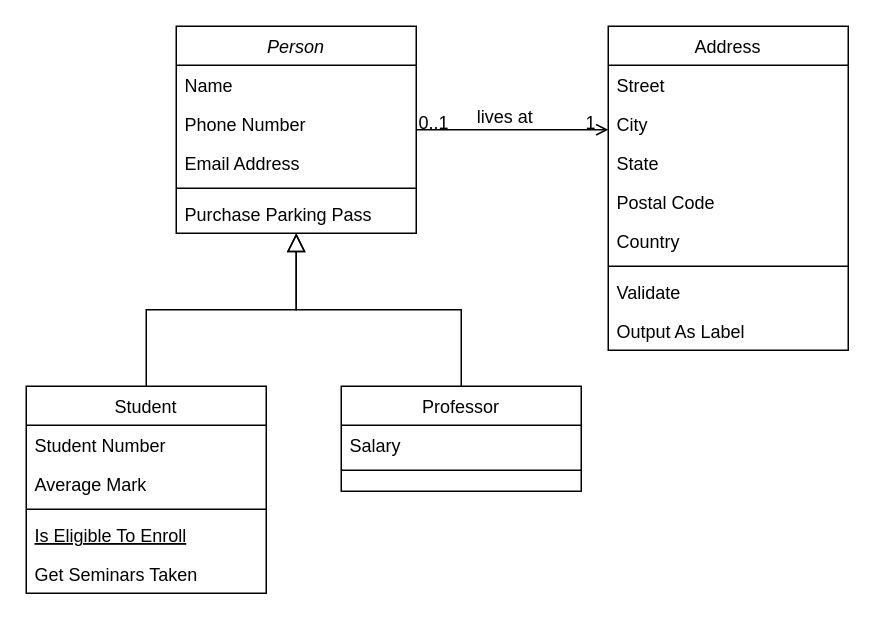
Earlier version of the draw.io diagram Diagrama sin título.drawio (JJOC3S/TallerGrupoPIS). Source tidied: cells renumbered, new cells numbered last; positions are measured from the earlier drawing's top-left corner, leaving out a move shared by most shapes. Both pictures are drawn from the tidied source at 150%, with x=0, y=0 at pixel (26, 26).
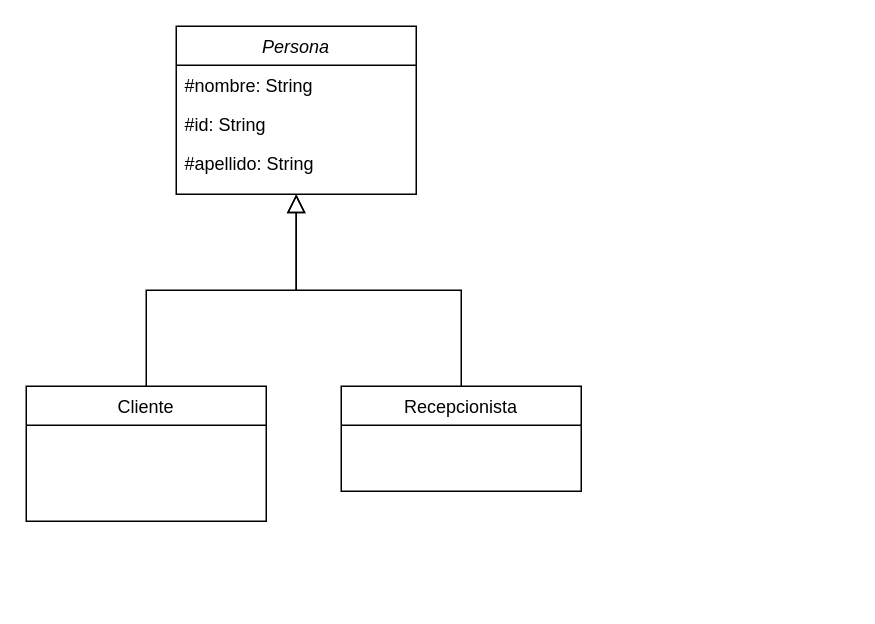
After the change.

The edit, as a diff of the source:
```diff
@@
-    <mxCell id="2" value="Person" style="swimlane;fontStyle=2;align=center;verticalAlign=top;horizontal=1;startSize=26;rounded=0;shadow=0;strokeWidth=1;" parent="1" vertex="1">
-      <mxGeometry x="100" width="160" height="138" as="geometry" />
+    <mxCell id="2" value="Persona" style="swimlane;fontStyle=2;align=center;verticalAlign=top;horizontal=1;startSize=26;rounded=0;shadow=0;strokeWidth=1;" parent="1" vertex="1">
+      <mxGeometry x="100" width="160" height="112" as="geometry" />
     </mxCell>
-    <mxCell id="3" value="Name" style="text;align=left;verticalAlign=top;spacingLeft=4;spacingRight=4;overflow=hidden;" parent="2" vertex="1">
+    <mxCell id="3" value="#nombre: String" style="text;align=left;verticalAlign=top;spacingLeft=4;spacingRight=4;overflow=hidden;" parent="2" vertex="1">
       <mxGeometry y="26" width="160" height="26" as="geometry" />
     </mxCell>
-    <mxCell id="4" value="Phone Number" style="text;align=left;verticalAlign=top;spacingLeft=4;spacingRight=4;overflow=hidden;rounded=0;shadow=0;html=0;" parent="2" vertex="1">
+    <mxCell id="4" value="#id: String" style="text;align=left;verticalAlign=top;spacingLeft=4;spacingRight=4;overflow=hidden;rounded=0;shadow=0;html=0;" parent="2" vertex="1">
       <mxGeometry y="52" width="160" height="26" as="geometry" />
     </mxCell>
-    <mxCell id="5" value="Email Address" style="text;align=left;verticalAlign=top;spacingLeft=4;spacingRight=4;overflow=hidden;rounded=0;shadow=0;html=0;" parent="2" vertex="1">
+    <mxCell id="5" value="#apellido: String" style="text;align=left;verticalAlign=top;spacingLeft=4;spacingRight=4;overflow=hidden;rounded=0;shadow=0;html=0;" parent="2" vertex="1">
       <mxGeometry y="78" width="160" height="26" as="geometry" />
     </mxCell>
-    <mxCell id="6" style="line;html=1;strokeWidth=1;align=left;verticalAlign=middle;spacingTop=-1;spacingLeft=3;spacingRight=3;labelPosition=right;" parent="2" vertex="1">
-      <mxGeometry y="104" width="160" height="8" as="geometry" />
-    </mxCell>
-    <mxCell id="7" value="Purchase Parking Pass" style="text;align=left;verticalAlign=top;spacingLeft=4;spacingRight=4;overflow=hidden;" parent="2" vertex="1">
-      <mxGeometry y="112" width="160" height="26" as="geometry" />
-    </mxCell>
-    <mxCell id="8" value="Student" style="swimlane;fontStyle=0;align=center;verticalAlign=top;horizontal=1;startSize=26;rounded=0;shadow=0;strokeWidth=1;" parent="1" vertex="1">
-      <mxGeometry y="240" width="160" height="138" as="geometry" />
+    <mxCell id="8" value="Cliente" style="swimlane;fontStyle=0;align=center;verticalAlign=top;horizontal=1;startSize=26;rounded=0;shadow=0;strokeWidth=1;" parent="1" vertex="1">
+      <mxGeometry y="240" width="160" height="90" as="geometry" />
     </mxCell>
-    <mxCell id="9" value="Student Number" style="text;align=left;verticalAlign=top;spacingLeft=4;spacingRight=4;overflow=hidden;" parent="8" vertex="1">
-      <mxGeometry y="26" width="160" height="26" as="geometry" />
-    </mxCell>
-    <mxCell id="10" value="Average Mark" style="text;align=left;verticalAlign=top;spacingLeft=4;spacingRight=4;overflow=hidden;rounded=0;shadow=0;html=0;" parent="8" vertex="1">
-      <mxGeometry y="52" width="160" height="26" as="geometry" />
-    </mxCell>
-    <mxCell id="11" style="line;html=1;strokeWidth=1;align=left;verticalAlign=middle;spacingTop=-1;spacingLeft=3;spacingRight=3;labelPosition=right;" parent="8" vertex="1">
-      <mxGeometry y="78" width="160" height="8" as="geometry" />
-    </mxCell>
-    <mxCell id="12" value="Is Eligible To Enroll" style="text;align=left;verticalAlign=top;spacingLeft=4;spacingRight=4;overflow=hidden;fontStyle=4;" parent="8" vertex="1">
-      <mxGeometry y="86" width="160" height="26" as="geometry" />
-    </mxCell>
-    <mxCell id="13" value="Get Seminars Taken" style="text;align=left;verticalAlign=top;spacingLeft=4;spacingRight=4;overflow=hidden;" parent="8" vertex="1">
-      <mxGeometry y="112" width="160" height="26" as="geometry" />
-    </mxCell>
@@
-    <mxCell id="15" value="Professor" style="swimlane;fontStyle=0;align=center;verticalAlign=top;horizontal=1;startSize=26;rounded=0;shadow=0;strokeWidth=1;" parent="1" vertex="1">
+    <mxCell id="15" value="Recepcionista" style="swimlane;fontStyle=0;align=center;verticalAlign=top;horizontal=1;startSize=26;rounded=0;shadow=0;strokeWidth=1;" parent="1" vertex="1">
       <mxGeometry x="210" y="240" width="160" height="70" as="geometry" />
     </mxCell>
-    <mxCell id="16" value="Salary" style="text;align=left;verticalAlign=top;spacingLeft=4;spacingRight=4;overflow=hidden;" parent="15" vertex="1">
-      <mxGeometry y="26" width="160" height="26" as="geometry" />
-    </mxCell>
-    <mxCell id="17" style="line;html=1;strokeWidth=1;align=left;verticalAlign=middle;spacingTop=-1;spacingLeft=3;spacingRight=3;labelPosition=right;" parent="15" vertex="1">
-      <mxGeometry y="52" width="160" height="8" as="geometry" />
-    </mxCell>
@@
-    <mxCell id="19" value="Address" style="swimlane;fontStyle=0;align=center;verticalAlign=top;horizontal=1;startSize=26;rounded=0;shadow=0;strokeWidth=1;" parent="1" vertex="1">
-      <mxGeometry x="388" width="160" height="216" as="geometry" />
-    </mxCell>
-    <mxCell id="20" value="Street" style="text;align=left;verticalAlign=top;spacingLeft=4;spacingRight=4;overflow=hidden;" parent="19" vertex="1">
-      <mxGeometry y="26" width="160" height="26" as="geometry" />
-    </mxCell>
-    <mxCell id="21" value="City" style="text;align=left;verticalAlign=top;spacingLeft=4;spacingRight=4;overflow=hidden;rounded=0;shadow=0;html=0;" parent="19" vertex="1">
-      <mxGeometry y="52" width="160" height="26" as="geometry" />
-    </mxCell>
-    <mxCell id="22" value="State" style="text;align=left;verticalAlign=top;spacingLeft=4;spacingRight=4;overflow=hidden;rounded=0;shadow=0;html=0;" parent="19" vertex="1">
-      <mxGeometry y="78" width="160" height="26" as="geometry" />
-    </mxCell>
-    <mxCell id="23" value="Postal Code" style="text;align=left;verticalAlign=top;spacingLeft=4;spacingRight=4;overflow=hidden;rounded=0;shadow=0;html=0;" parent="19" vertex="1">
-      <mxGeometry y="104" width="160" height="26" as="geometry" />
-    </mxCell>
-    <mxCell id="24" value="Country" style="text;align=left;verticalAlign=top;spacingLeft=4;spacingRight=4;overflow=hidden;rounded=0;shadow=0;html=0;" parent="19" vertex="1">
-      <mxGeometry y="130" width="160" height="26" as="geometry" />
-    </mxCell>
-    <mxCell id="25" style="line;html=1;strokeWidth=1;align=left;verticalAlign=middle;spacingTop=-1;spacingLeft=3;spacingRight=3;labelPosition=right;" parent="19" vertex="1">
-      <mxGeometry y="156" width="160" height="8" as="geometry" />
-    </mxCell>
-    <mxCell id="26" value="Validate" style="text;align=left;verticalAlign=top;spacingLeft=4;spacingRight=4;overflow=hidden;" parent="19" vertex="1">
-      <mxGeometry y="164" width="160" height="26" as="geometry" />
-    </mxCell>
-    <mxCell id="27" value="Output As Label" style="text;align=left;verticalAlign=top;spacingLeft=4;spacingRight=4;overflow=hidden;" parent="19" vertex="1">
-      <mxGeometry y="190" width="160" height="26" as="geometry" />
-    </mxCell>
-    <mxCell id="28" style="endArrow=open;shadow=0;strokeWidth=1;rounded=0;curved=0;endFill=1;edgeStyle=elbowEdgeStyle;elbow=vertical;" parent="1" edge="1" source="2" target="19">
-      <mxGeometry x="0.5" y="41" relative="1" as="geometry">
-        <mxPoint x="-40" y="32" as="offset" />
-      </mxGeometry>
-    </mxCell>
-    <mxCell id="29" value="0..1" style="align=left;verticalAlign=bottom;labelBackgroundColor=none;fontSize=12;" parent="28" vertex="1">
-      <mxGeometry x="-1" relative="1" as="geometry">
-        <mxPoint y="4" as="offset" />
-      </mxGeometry>
-    </mxCell>
-    <mxCell id="30" value="1" style="align=right;verticalAlign=bottom;labelBackgroundColor=none;fontSize=12;" parent="28" vertex="1">
-      <mxGeometry x="1" relative="1" as="geometry">
-        <mxPoint x="-7" y="4" as="offset" />
-      </mxGeometry>
-    </mxCell>
-    <mxCell id="31" value="lives at" style="text;html=1;align=center;verticalAlign=middle;labelBackgroundColor=none;rounded=0;shadow=0;strokeWidth=1;fontSize=12;" parent="28" vertex="1">
-      <mxGeometry x="0.5" y="49" relative="1" as="geometry">
-        <mxPoint x="-38" y="40" as="offset" />
-      </mxGeometry>
-    </mxCell>
```
